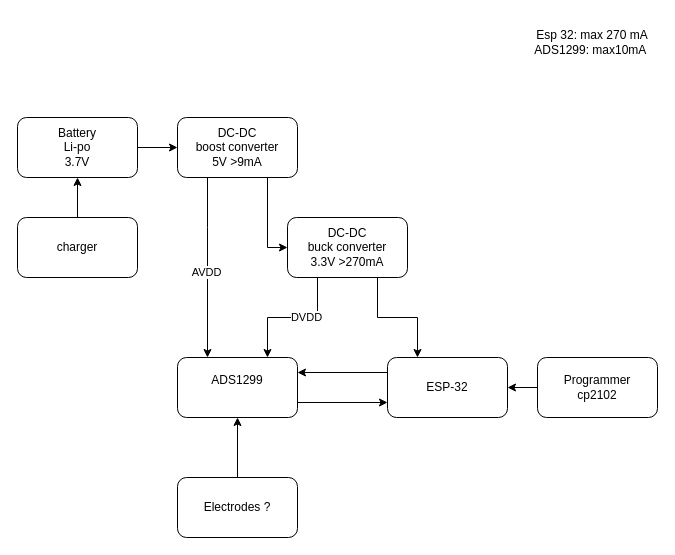
Before: Block_Diagram.drawio in Spiros7bit/BigBrain, a draw.io diagram. Source tidied: cells renumbered, new cells numbered last; positions are measured from the earlier drawing's top-left corner, leaving out a move shared by most shapes. Both pictures are drawn from the tidied source at 100%, with x=0, y=0 at pixel (17, 17).
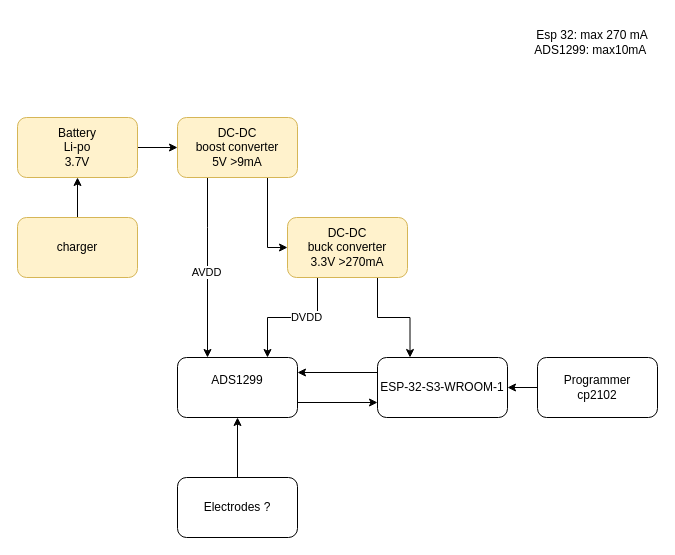
After the change.

Change to the diagram source:
```diff
@@
-    <mxCell id="3" value="Battery&lt;div&gt;Li-po&lt;/div&gt;&lt;div&gt;3.7V&lt;/div&gt;" style="rounded=1;whiteSpace=wrap;html=1;" parent="1" vertex="1">
+    <mxCell id="3" value="Battery&lt;div&gt;Li-po&lt;/div&gt;&lt;div&gt;3.7V&lt;/div&gt;" style="rounded=1;whiteSpace=wrap;html=1;fillColor=#fff2cc;strokeColor=#d6b656;" parent="1" vertex="1">
       <mxGeometry y="100" width="120" height="60" as="geometry" />
     </mxCell>
@@
-    <mxCell id="7" value="DC-DC&lt;div&gt;boost converter&lt;/div&gt;&lt;div&gt;5V &amp;gt;9mA&lt;/div&gt;" style="rounded=1;whiteSpace=wrap;html=1;" parent="1" vertex="1">
+    <mxCell id="7" value="DC-DC&lt;div&gt;boost converter&lt;/div&gt;&lt;div&gt;5V &amp;gt;9mA&lt;/div&gt;" style="rounded=1;whiteSpace=wrap;html=1;fillColor=#fff2cc;strokeColor=#d6b656;" parent="1" vertex="1">
       <mxGeometry x="160" y="100" width="120" height="60" as="geometry" />
     </mxCell>
@@
-    <mxCell id="11" value="DC-DC&lt;div&gt;buck converter&lt;/div&gt;&lt;div&gt;3.3V &amp;gt;270mA&lt;/div&gt;" style="rounded=1;whiteSpace=wrap;html=1;" parent="1" vertex="1">
+    <mxCell id="11" value="DC-DC&lt;div&gt;buck converter&lt;/div&gt;&lt;div&gt;3.3V &amp;gt;270mA&lt;/div&gt;" style="rounded=1;whiteSpace=wrap;html=1;fillColor=#fff2cc;strokeColor=#d6b656;" parent="1" vertex="1">
       <mxGeometry x="270" y="200" width="120" height="60" as="geometry" />
     </mxCell>
@@
-    <mxCell id="15" value="ESP-32" style="rounded=1;whiteSpace=wrap;html=1;" parent="1" vertex="1">
-      <mxGeometry x="370" y="340" width="120" height="60" as="geometry" />
+    <mxCell id="15" value="ESP-32-S3-WROOM-1" style="rounded=1;whiteSpace=wrap;html=1;" parent="1" vertex="1">
+      <mxGeometry x="360" y="340" width="130" height="60" as="geometry" />
     </mxCell>
@@
-    <mxCell id="19" value="charger" style="rounded=1;whiteSpace=wrap;html=1;" parent="1" vertex="1">
+    <mxCell id="19" value="charger" style="rounded=1;whiteSpace=wrap;html=1;fillColor=#fff2cc;strokeColor=#d6b656;" parent="1" vertex="1">
       <mxGeometry y="200" width="120" height="60" as="geometry" />
     </mxCell>
```
